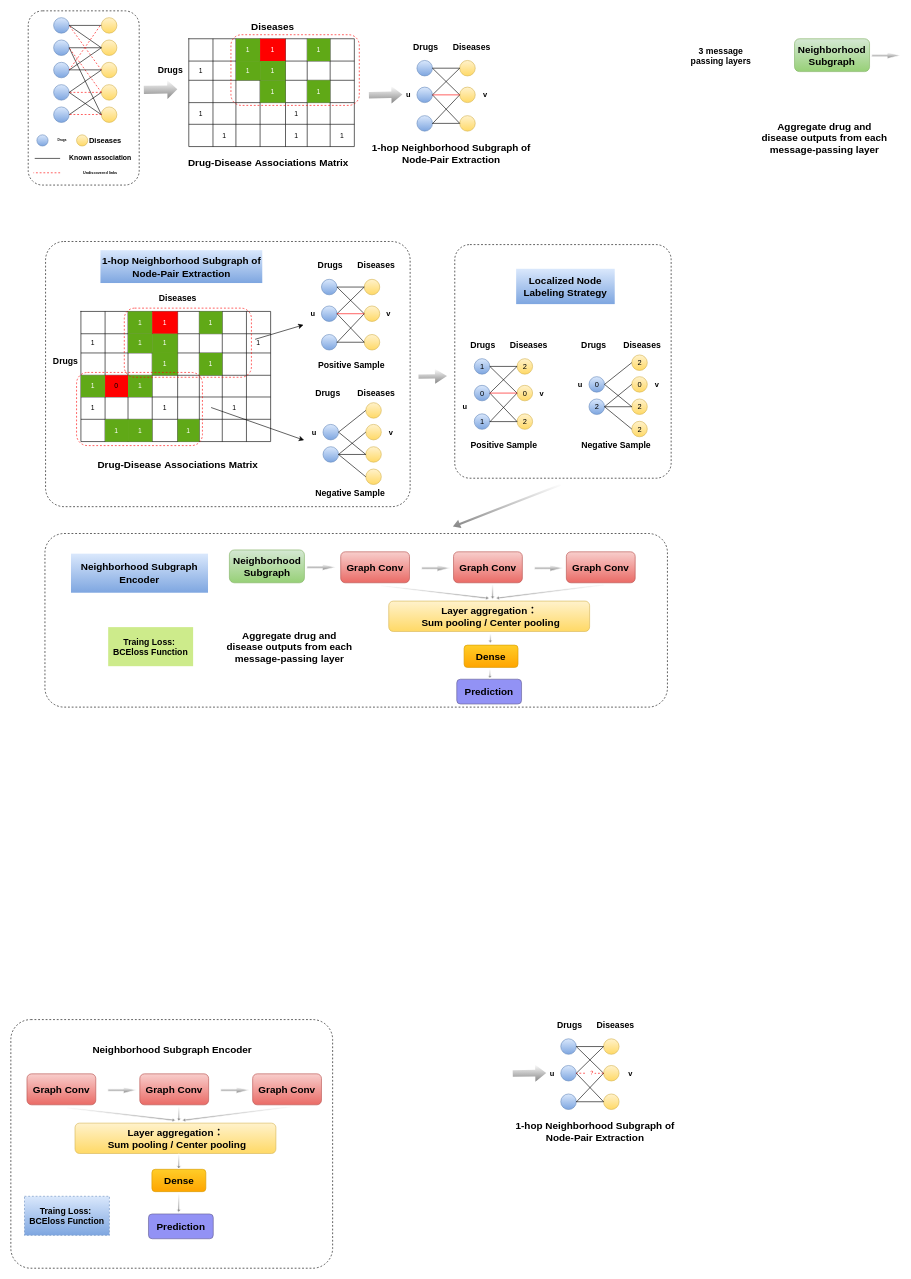
Above: page "第 2 页" (2 of 3) of 未命名绘图.drawio in nanfengk/hello-world (draw.io), before the change. Source tidied: cells renumbered, new cells numbered last; positions are measured from the earlier drawing's top-left corner, leaving out a move shared by most shapes. Both pictures are drawn from the tidied source at 62%, with x=0, y=0 at pixel (11, 11).
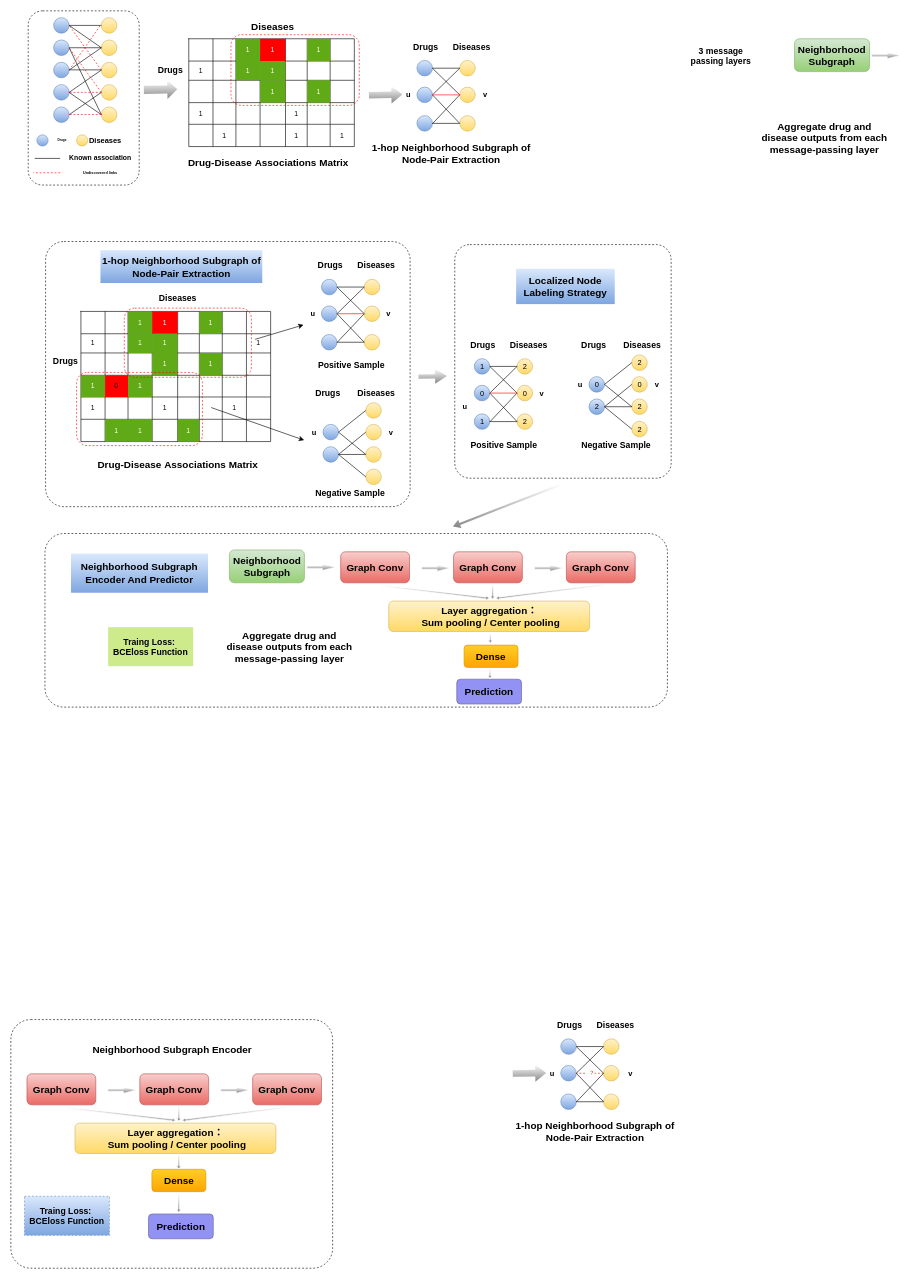
The same diagram, later.

Commit message (it also covers changes not shown here):
更新未命名绘图.drawio

What changed in the source:
```diff
@@
-    <mxCell id="297" value="&lt;b style=&quot;font-size: 14px&quot;&gt;&lt;font style=&quot;font-size: 16px&quot;&gt;Neighborhood Subgraph Encoder&lt;/font&gt;&lt;/b&gt;" style="rounded=0;whiteSpace=wrap;html=1;shadow=0;dashed=1;sketch=0;fontSize=9;strokeColor=none;strokeWidth=1;fillColor=#dae8fc;gradientColor=#7ea6e0;" parent="1" vertex="1">
+    <mxCell id="297" value="&lt;b style=&quot;font-size: 14px&quot;&gt;&lt;font style=&quot;font-size: 16px&quot;&gt;Neighborhood Subgraph Encoder And Predictor&lt;/font&gt;&lt;/b&gt;" style="rounded=0;whiteSpace=wrap;html=1;shadow=0;dashed=1;sketch=0;fontSize=9;strokeColor=none;strokeWidth=1;fillColor=#dae8fc;gradientColor=#7ea6e0;" parent="1" vertex="1">
       <mxGeometry x="97" y="875.5" width="221" height="63" as="geometry" />
     </mxCell>
```
